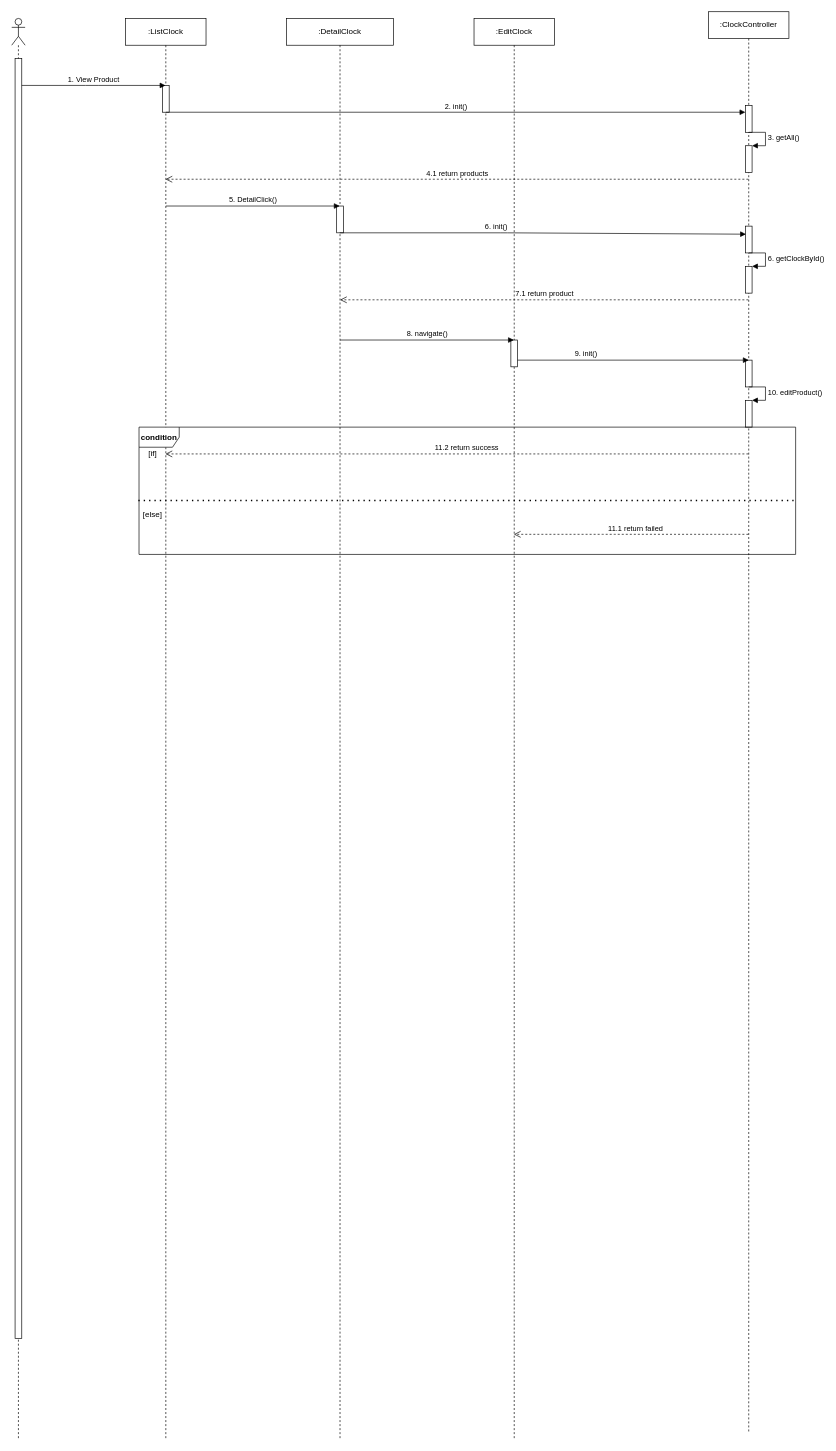
The draw.io diagram page "Edit" (3 of 5) of Draw/Sequence_component.drawio in TMChi3n/clock-web, before the edit. Source tidied: cells renumbered, new cells numbered last; positions are measured from the earlier drawing's top-left corner, leaving out a move shared by most shapes. Both pictures are drawn from the tidied source at 67%, with x=0, y=0 at pixel (11, 11).
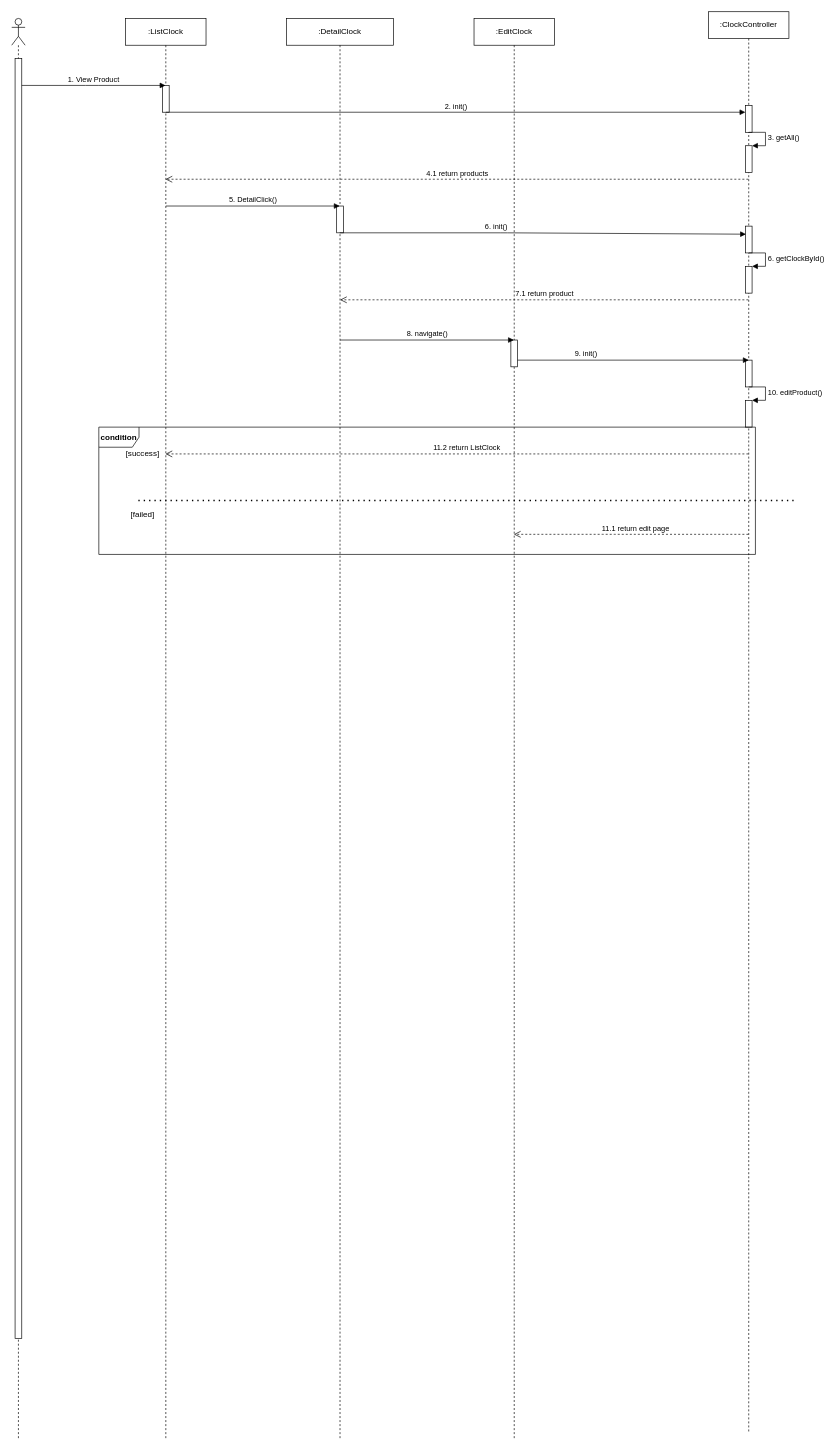
Above is the later version.

Unchanged cells that the change refers to:
```xml
<mxCell id="4" value=":ClockController" style="shape=umlLifeline;perimeter=lifelinePerimeter;whiteSpace=wrap;html=1;outlineConnect=0;" parent="1" vertex="1">
  <mxGeometry x="1040" width="120" height="2120" as="geometry" />
</mxCell>
<mxCell id="15" value=":EditClock" style="shape=umlLifeline;perimeter=lifelinePerimeter;whiteSpace=wrap;html=1;outlineConnect=0;" parent="1" vertex="1">
  <mxGeometry x="690" y="10" width="120" height="2120" as="geometry" />
</mxCell>
<mxCell id="19" value=":ListClock" style="shape=umlLifeline;perimeter=lifelinePerimeter;whiteSpace=wrap;html=1;outlineConnect=0;" parent="1" vertex="1">
  <mxGeometry x="170" y="10" width="120" height="2120" as="geometry" />
</mxCell>
```

The edit, as a diff of the source:
```diff
@@
-    <mxCell id="28" value="11.1 return failed" style="html=1;verticalAlign=bottom;endArrow=open;dashed=1;endSize=8;" parent="1" edge="1" source="4" target="15">
+    <mxCell id="28" value="11.1 return edit page" style="html=1;verticalAlign=bottom;endArrow=open;dashed=1;endSize=8;" parent="1" edge="1" source="4" target="15">
       <mxGeometry x="-0.03" relative="1" as="geometry">
         <Array as="points">
           <mxPoint x="1050" y="780" />
           <mxPoint x="890" y="780" />
           <mxPoint x="840" y="780" />
         </Array>
         <mxPoint x="1" as="offset" />
       </mxGeometry>
     </mxCell>
-    <mxCell id="29" value="11.2 return success" style="html=1;verticalAlign=bottom;endArrow=open;dashed=1;endSize=8;" parent="1" edge="1" source="4" target="19">
+    <mxCell id="29" value="11.2 return ListClock" style="html=1;verticalAlign=bottom;endArrow=open;dashed=1;endSize=8;" parent="1" edge="1" source="4" target="19">
       <mxGeometry x="-0.03" relative="1" as="geometry">
         <Array as="points">
           <mxPoint x="1040" y="660" />
           <mxPoint x="920" y="660" />
         </Array>
         <mxPoint x="1" as="offset" />
       </mxGeometry>
     </mxCell>
@@
-    <mxCell id="31" value="&lt;b&gt;condition&lt;/b&gt;" style="shape=umlFrame;whiteSpace=wrap;html=1;" parent="1" vertex="1">
-      <mxGeometry x="190" y="620" width="980" height="190" as="geometry" />
-    </mxCell>
-    <mxCell id="32" value="[if]" style="text;html=1;align=center;verticalAlign=middle;" parent="1" vertex="1">
-      <mxGeometry x="195" y="650" width="30" height="20" as="geometry" />
+    <mxCell id="32" value="[success]" style="text;html=1;align=center;verticalAlign=middle;" parent="1" vertex="1">
+      <mxGeometry x="160" y="650" width="70" height="20" as="geometry" />
     </mxCell>
-    <mxCell id="33" value="[else]" style="text;html=1;align=center;verticalAlign=middle;" parent="1" vertex="1">
-      <mxGeometry x="190" y="740" width="40" height="20" as="geometry" />
+    <mxCell id="33" value="[failed]" style="text;html=1;align=center;verticalAlign=middle;" parent="1" vertex="1">
+      <mxGeometry x="170" y="740" width="50" height="20" as="geometry" />
     </mxCell>
+    <mxCell id="31" value="&lt;b&gt;condition&lt;/b&gt;" style="shape=umlFrame;whiteSpace=wrap;html=1;" parent="1" vertex="1">
+      <mxGeometry x="130" y="620" width="980" height="190" as="geometry" />
+    </mxCell>
```
